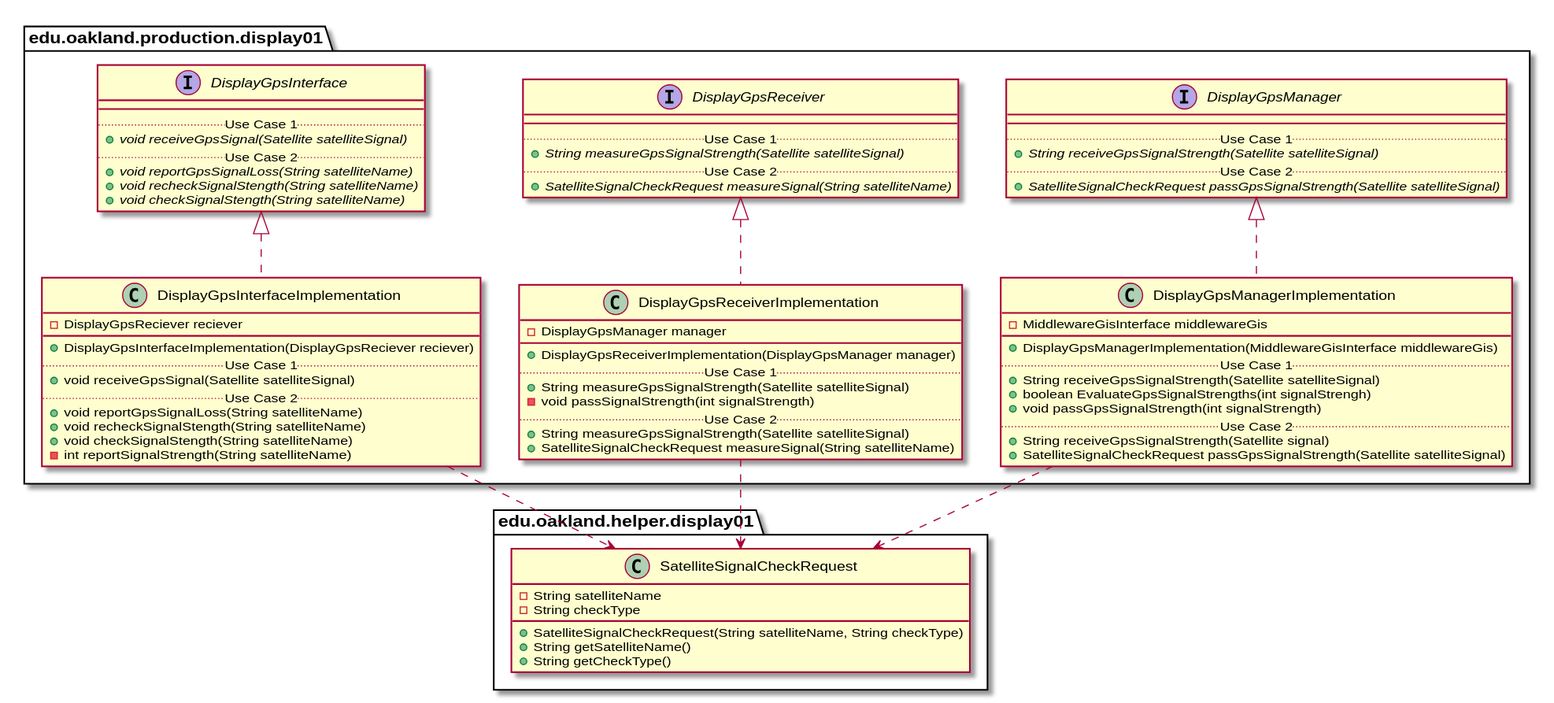
This is docs/uml-class-diagrams/display01/production/Display01ProductionPackage_DirectDependencies.svg from casher-ou/csi-3370-software-project, a PlantUML export, as it was before one commit.
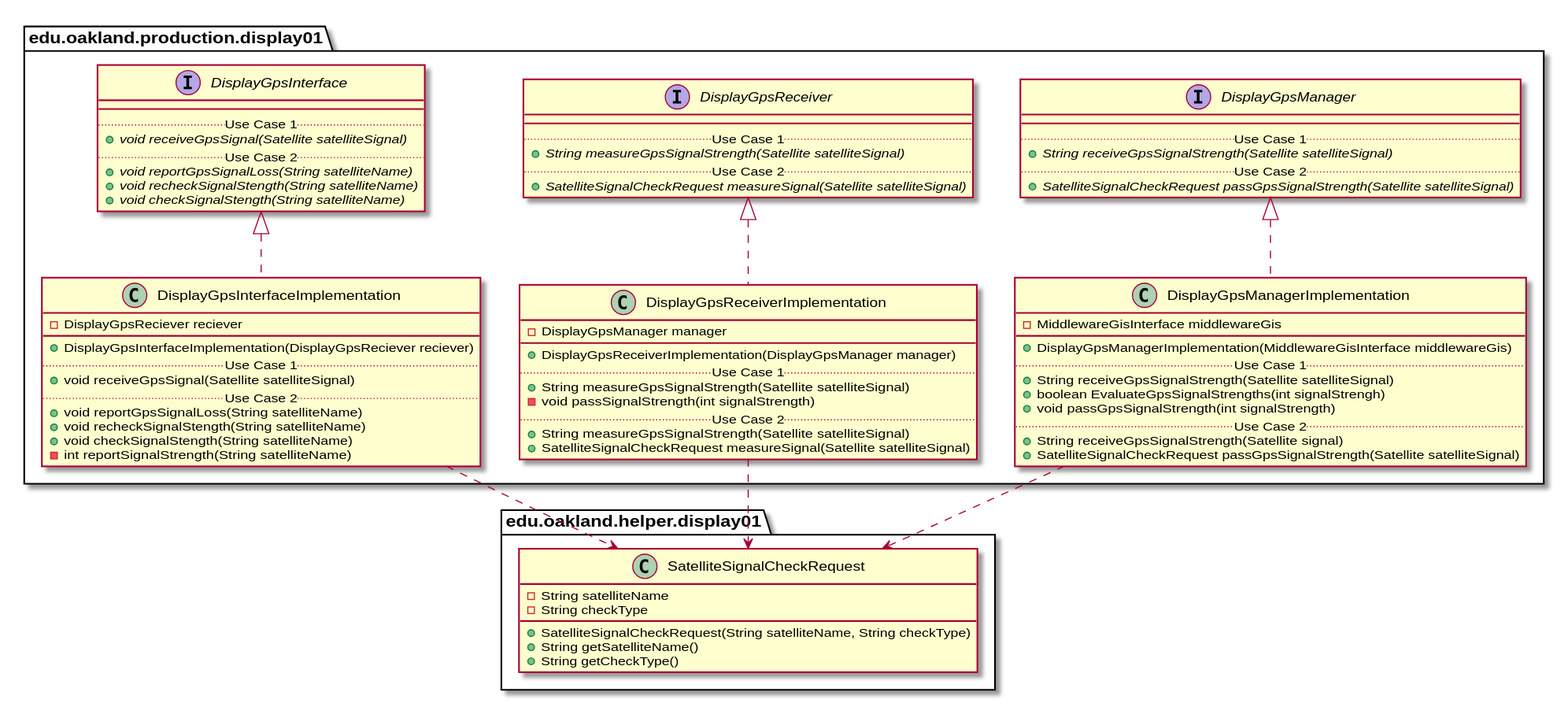
After the commit.

Change to the diagram source:
```diff
@@ -29,7 +29,7 @@
         .. Use Case 1 ..
         {abstract} + String measureGpsSignalStrength(Satellite satelliteSignal)
         .. Use Case 2 ..
-        {abstract} + SatelliteSignalCheckRequest measureSignal(String satelliteName)
+        {abstract} + SatelliteSignalCheckRequest measureSignal(Satellite satelliteSignal)
     }
 }
 
@@ -74,7 +74,7 @@
         - void passSignalStrength(int signalStrength)
         .. Use Case 2 ..
         + String measureGpsSignalStrength(Satellite satelliteSignal)
-        + SatelliteSignalCheckRequest measureSignal(String satelliteName)
+        + SatelliteSignalCheckRequest measureSignal(Satellite satelliteSignal)
     }
 }
 
```
